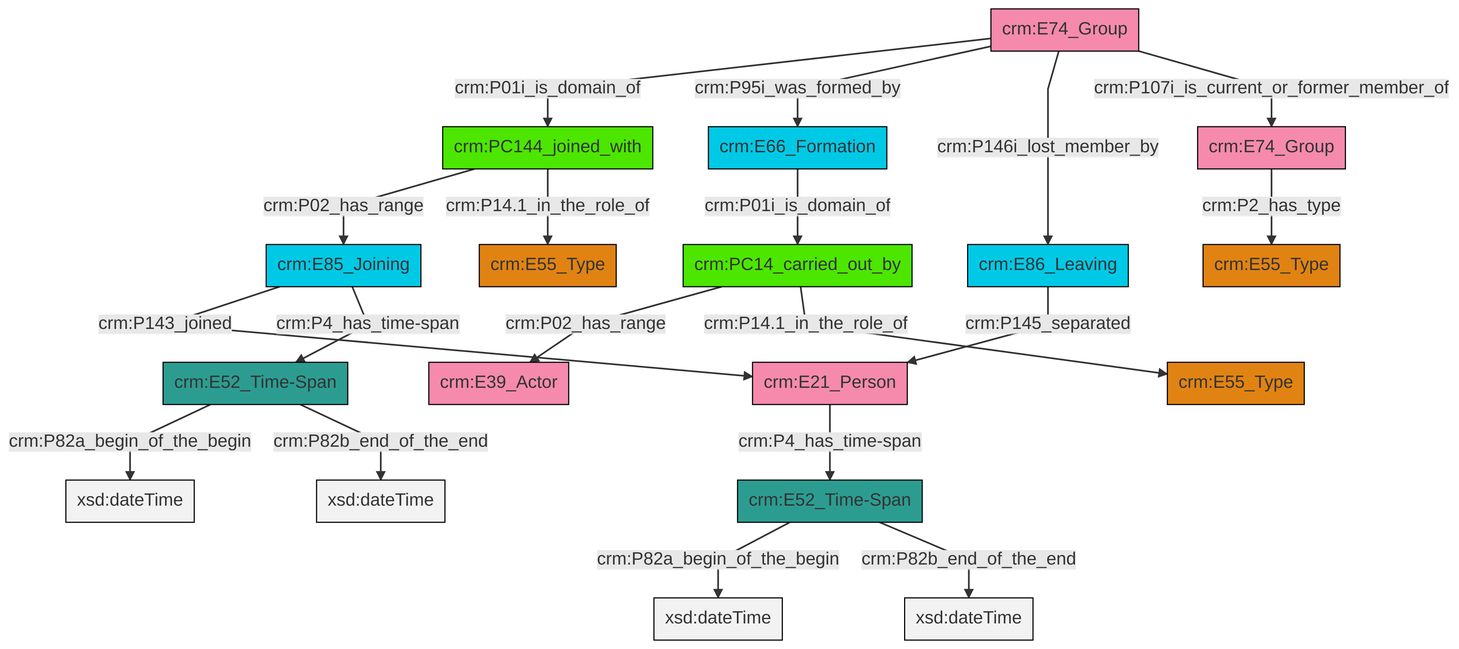
The Mermaid diagram et/groupCSV/ttl/mmd/png/group_actor_relations.png in swiss-art-research-net/docs.swissartresearch, before a commit. Its source is kept beside it as et/groupCSV/ttl/mmd/group_actor_relations.ttl.mmd.
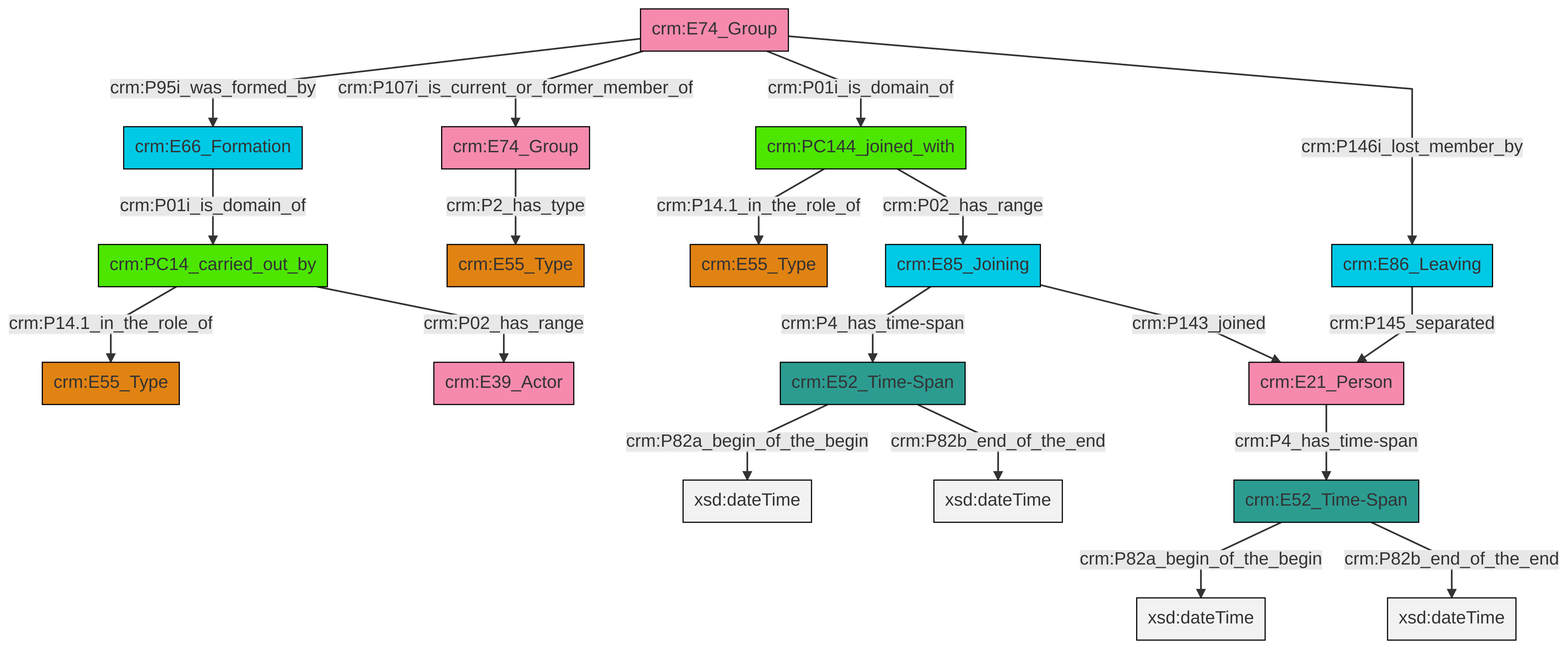
Later version of the same file.

The edit, as a diff of the source:
```diff
@@ -13,21 +13,21 @@
 classDef PC_Classes fill:#4ce600, stroke:#000000;
 classDef Multi fill:#cccccc,stroke:#000000;
 
-0["crm:E74_Group"]:::Actor -->|crm:P01i_is_domain_of| 1["crm:PC144_joined_with"]:::PC_Classes
-9["crm:PC14_carried_out_by"]:::PC_Classes -->|crm:P02_has_range| 5["crm:E39_Actor"]:::Actor
-0["crm:E74_Group"]:::Actor -->|crm:P95i_was_formed_by| 12["crm:E66_Formation"]:::Temporal_Entity
-0["crm:E74_Group"]:::Actor -->|crm:P146i_lost_member_by| 15["crm:E86_Leaving"]:::Temporal_Entity
-10["crm:E21_Person"]:::Actor -->|crm:P4_has_time-span| 7["crm:E52_Time-Span"]:::Time-Span
-7["crm:E52_Time-Span"]:::Time-Span -->|crm:P82a_begin_of_the_begin| 16[xsd:dateTime]:::Literal
-1["crm:PC144_joined_with"]:::PC_Classes -->|crm:P02_has_range| 21["crm:E85_Joining"]:::Temporal_Entity
-9["crm:PC14_carried_out_by"]:::PC_Classes -->|crm:P14.1_in_the_role_of| 22["crm:E55_Type"]:::Type
-19["crm:E52_Time-Span"]:::Time-Span -->|crm:P82a_begin_of_the_begin| 26[xsd:dateTime]:::Literal
-21["crm:E85_Joining"]:::Temporal_Entity -->|crm:P143_joined| 10["crm:E21_Person"]:::Actor
-2["crm:E74_Group"]:::Actor -->|crm:P2_has_type| 28["crm:E55_Type"]:::Type
-0["crm:E74_Group"]:::Actor -->|crm:P107i_is_current_or_former_member_of| 2["crm:E74_Group"]:::Actor
-7["crm:E52_Time-Span"]:::Time-Span -->|crm:P82b_end_of_the_end| 31[xsd:dateTime]:::Literal
-15["crm:E86_Leaving"]:::Temporal_Entity -->|crm:P145_separated| 10["crm:E21_Person"]:::Actor
-19["crm:E52_Time-Span"]:::Time-Span -->|crm:P82b_end_of_the_end| 33[xsd:dateTime]:::Literal
-1["crm:PC144_joined_with"]:::PC_Classes -->|crm:P14.1_in_the_role_of| 13["crm:E55_Type"]:::Type
-12["crm:E66_Formation"]:::Temporal_Entity -->|crm:P01i_is_domain_of| 9["crm:PC14_carried_out_by"]:::PC_Classes
-21["crm:E85_Joining"]:::Temporal_Entity -->|crm:P4_has_time-span| 19["crm:E52_Time-Span"]:::Time-Span
+4["crm:E52_Time-Span"]:::Time-Span -->|crm:P82a_begin_of_the_begin| 5[xsd:dateTime]:::Literal
+6["crm:PC14_carried_out_by"]:::PC_Classes -->|crm:P14.1_in_the_role_of| 7["crm:E55_Type"]:::Type
+8["crm:E21_Person"]:::Actor -->|crm:P4_has_time-span| 2["crm:E52_Time-Span"]:::Time-Span
+11["crm:PC144_joined_with"]:::PC_Classes -->|crm:P14.1_in_the_role_of| 9["crm:E55_Type"]:::Type
+2["crm:E52_Time-Span"]:::Time-Span -->|crm:P82a_begin_of_the_begin| 13[xsd:dateTime]:::Literal
+15["crm:E74_Group"]:::Actor -->|crm:P2_has_type| 0["crm:E55_Type"]:::Type
+16["crm:E86_Leaving"]:::Temporal_Entity -->|crm:P145_separated| 8["crm:E21_Person"]:::Actor
+19["crm:E74_Group"]:::Actor -->|crm:P95i_was_formed_by| 20["crm:E66_Formation"]:::Temporal_Entity
+19["crm:E74_Group"]:::Actor -->|crm:P107i_is_current_or_former_member_of| 15["crm:E74_Group"]:::Actor
+17["crm:E85_Joining"]:::Temporal_Entity -->|crm:P4_has_time-span| 4["crm:E52_Time-Span"]:::Time-Span
+19["crm:E74_Group"]:::Actor -->|crm:P01i_is_domain_of| 11["crm:PC144_joined_with"]:::PC_Classes
+20["crm:E66_Formation"]:::Temporal_Entity -->|crm:P01i_is_domain_of| 6["crm:PC14_carried_out_by"]:::PC_Classes
+6["crm:PC14_carried_out_by"]:::PC_Classes -->|crm:P02_has_range| 21["crm:E39_Actor"]:::Actor
+2["crm:E52_Time-Span"]:::Time-Span -->|crm:P82b_end_of_the_end| 31[xsd:dateTime]:::Literal
+19["crm:E74_Group"]:::Actor -->|crm:P146i_lost_member_by| 16["crm:E86_Leaving"]:::Temporal_Entity
+11["crm:PC144_joined_with"]:::PC_Classes -->|crm:P02_has_range| 17["crm:E85_Joining"]:::Temporal_Entity
+4["crm:E52_Time-Span"]:::Time-Span -->|crm:P82b_end_of_the_end| 33[xsd:dateTime]:::Literal
+17["crm:E85_Joining"]:::Temporal_Entity -->|crm:P143_joined| 8["crm:E21_Person"]:::Actor
```
